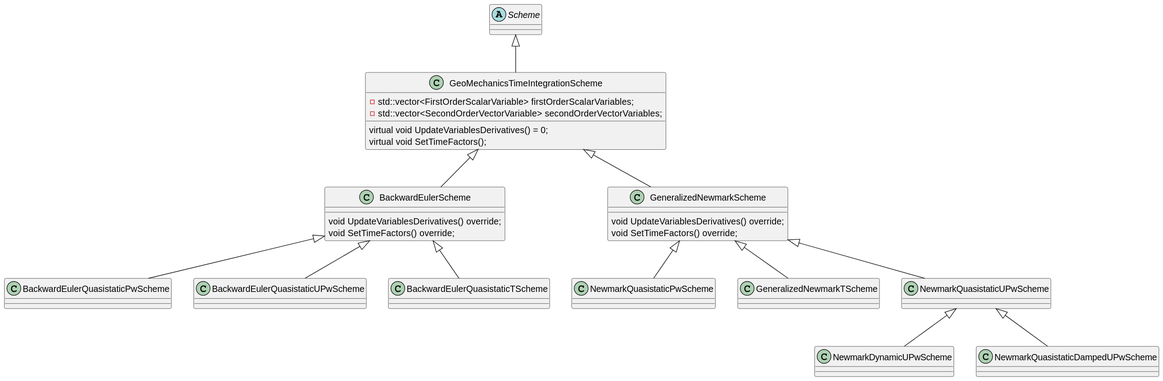
Earlier version of the PlantUML export applications/GeoMechanicsApplication/custom_strategies/schemes/SchemeStructure.svg (KratosMultiphysics/Kratos).
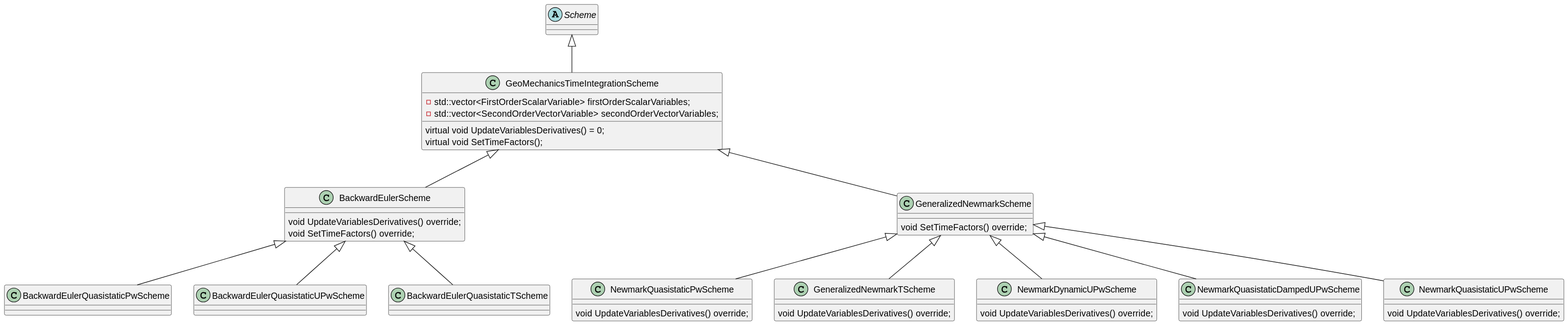
The same diagram one commit later.

The edit, as a diff of the source:
```diff
@@ -27,19 +27,33 @@
 
 class GeneralizedNewmarkScheme
 {
-    void UpdateVariablesDerivatives() override;
     void SetTimeFactors() override;
 }
 class NewmarkQuasistaticPwScheme
+{
+    void UpdateVariablesDerivatives() override;
+}
 class GeneralizedNewmarkTScheme
+{
+    void UpdateVariablesDerivatives() override;
+}
+class NewmarkDynamicUPwScheme
+{
+    void UpdateVariablesDerivatives() override;
+}
+class NewmarkQuasistaticDampedUPwScheme
+{
+    void UpdateVariablesDerivatives() override;
+}
 class NewmarkQuasistaticUPwScheme
-class NewmarkDynamicUPwScheme
-class NewmarkQuasistaticDampedUPwScheme
+{
+    void UpdateVariablesDerivatives() override;
+}
 
 GeoMechanicsTimeIntegrationScheme <|-- GeneralizedNewmarkScheme
 GeneralizedNewmarkScheme <|-- NewmarkQuasistaticPwScheme
 GeneralizedNewmarkScheme <|-- GeneralizedNewmarkTScheme
+GeneralizedNewmarkScheme <|-- NewmarkDynamicUPwScheme
+GeneralizedNewmarkScheme <|-- NewmarkQuasistaticDampedUPwScheme
 GeneralizedNewmarkScheme <|-- NewmarkQuasistaticUPwScheme
-NewmarkQuasistaticUPwScheme <|-- NewmarkDynamicUPwScheme
-NewmarkQuasistaticUPwScheme <|-- NewmarkQuasistaticDampedUPwScheme
 @enduml
```
